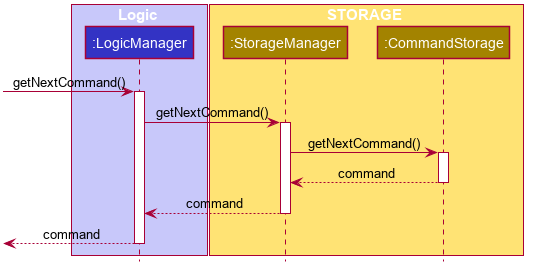
This is docs/images/UpDownSequenceDiagram.png from nus-cs2103-AY1920S1/addressbook-level3, a PlantUML export, as it was before one commit.
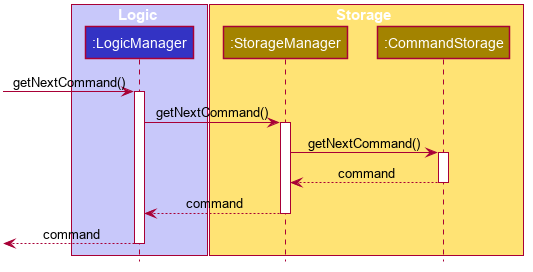
The same diagram one commit later.

Commit message:
fix commandHistory sequence diagram

fix commandHistory sequence diagram

Diff of the diagram source:
```diff
@@ -52,7 +52,7 @@
 participant ":LogicManager" as LogicManager #3333C4
 end box
 
-box STORAGE #FFE374
+box Storage #FFE374
 participant ":StorageManager" as StorageManager #A38300
 participant ":CommandStorage" as CommandStorage #A38300
 end box
```
